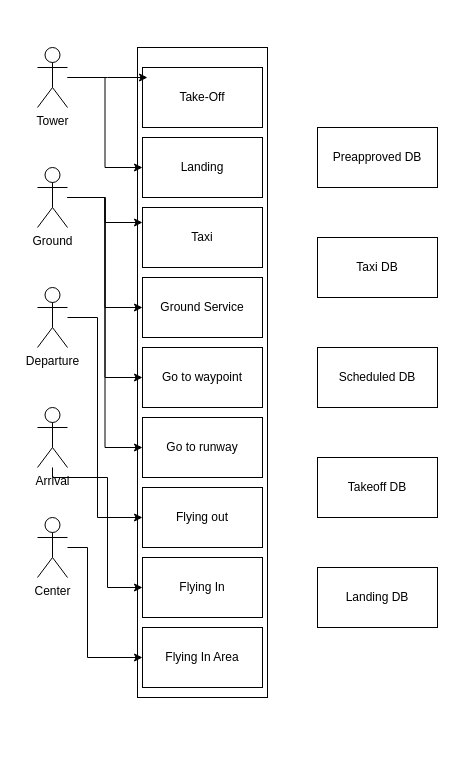
This is SE300UseCaseDiagram.drawio from apant265/RobloxAirportSim, a draw.io file, before an edit. Source tidied: cells renumbered, new cells numbered last; positions are measured from the earlier drawing's top-left corner, leaving out a move shared by most shapes. Both pictures are drawn from the tidied source at 100%, with x=0, y=0 at pixel (37, 47).
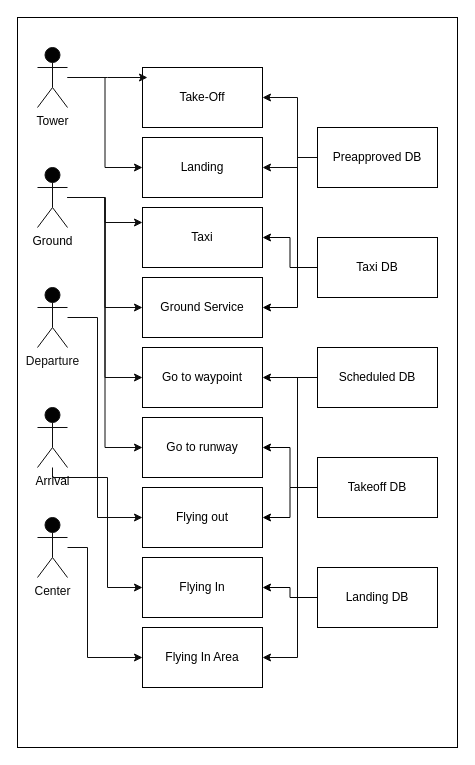
After the change.

Unchanged cells that the change refers to:
```xml
<mxCell id="3" value="Take-Off" style="rounded=0;whiteSpace=wrap;html=1;" parent="1" vertex="1">
  <mxGeometry x="105" y="20" width="120" height="60" as="geometry" />
</mxCell>
<mxCell id="4" value="Landing" style="rounded=0;whiteSpace=wrap;html=1;" parent="1" vertex="1">
  <mxGeometry x="105" y="90" width="120" height="60" as="geometry" />
</mxCell>
<mxCell id="5" value="Taxi" style="rounded=0;whiteSpace=wrap;html=1;" parent="1" vertex="1">
  <mxGeometry x="105" y="160" width="120" height="60" as="geometry" />
</mxCell>
<mxCell id="6" value="Ground&amp;nbsp;&lt;span style=&quot;background-color: initial;&quot;&gt;Service&lt;/span&gt;" style="rounded=0;whiteSpace=wrap;html=1;" parent="1" vertex="1">
  <mxGeometry x="105" y="230" width="120" height="60" as="geometry" />
</mxCell>
<mxCell id="7" value="Go to waypoint" style="rounded=0;whiteSpace=wrap;html=1;" parent="1" vertex="1">
  <mxGeometry x="105" y="300" width="120" height="60" as="geometry" />
</mxCell>
<mxCell id="8" value="Go to runway" style="rounded=0;whiteSpace=wrap;html=1;" parent="1" vertex="1">
  <mxGeometry x="105" y="370" width="120" height="60" as="geometry" />
</mxCell>
<mxCell id="9" value="Flying&lt;span style=&quot;background-color: initial;&quot;&gt;&amp;nbsp;out&lt;/span&gt;" style="rounded=0;whiteSpace=wrap;html=1;" parent="1" vertex="1">
  <mxGeometry x="105" y="440" width="120" height="60" as="geometry" />
</mxCell>
<mxCell id="10" value="Flying In" style="rounded=0;whiteSpace=wrap;html=1;" parent="1" vertex="1">
  <mxGeometry x="105" y="510" width="120" height="60" as="geometry" />
</mxCell>
<mxCell id="11" value="Flying In Area" style="rounded=0;whiteSpace=wrap;html=1;" parent="1" vertex="1">
  <mxGeometry x="105" y="580" width="120" height="60" as="geometry" />
</mxCell>
<mxCell id="25" value="Preapproved DB" style="rounded=0;whiteSpace=wrap;html=1;" parent="1" vertex="1">
  <mxGeometry x="280" y="80" width="120" height="60" as="geometry" />
</mxCell>
<mxCell id="26" value="Taxi DB" style="rounded=0;whiteSpace=wrap;html=1;" parent="1" vertex="1">
  <mxGeometry x="280" y="190" width="120" height="60" as="geometry" />
</mxCell>
<mxCell id="27" value="Scheduled DB" style="rounded=0;whiteSpace=wrap;html=1;" parent="1" vertex="1">
  <mxGeometry x="280" y="300" width="120" height="60" as="geometry" />
</mxCell>
<mxCell id="28" value="Takeoff DB" style="rounded=0;whiteSpace=wrap;html=1;" parent="1" vertex="1">
  <mxGeometry x="280" y="410" width="120" height="60" as="geometry" />
</mxCell>
<mxCell id="29" value="Landing DB" style="rounded=0;whiteSpace=wrap;html=1;" parent="1" vertex="1">
  <mxGeometry x="280" y="520" width="120" height="60" as="geometry" />
</mxCell>
```

The edit, as a diff of the source:
```diff
@@
-    <mxCell id="2" style="whiteSpace=wrap;html=1;" parent="1" vertex="1">
-      <mxGeometry x="100" width="130" height="650" as="geometry" />
-    </mxCell>
+    <mxCell id="31" style="whiteSpace=wrap;html=1;fillColor=#FFFFFF;" parent="1" vertex="1">
+      <mxGeometry x="-20" y="-30" width="440" height="730" as="geometry" />
+    </mxCell>
@@
-    <mxCell id="12" style="edgeStyle=orthogonalEdgeStyle;rounded=0;jettySize=auto;html=1;" parent="1" edge="1" source="13">
+    <mxCell id="12" style="edgeStyle=orthogonalEdgeStyle;rounded=0;jettySize=auto;html=1;strokeColor=#0D0D0D;fillColor=#030303;" parent="1" edge="1" source="13">
       <mxGeometry relative="1" as="geometry">
         <mxPoint x="110" y="30" as="targetPoint" />
       </mxGeometry>
     </mxCell>
-    <mxCell id="13" value="Tower&lt;div&gt;&lt;br&gt;&lt;/div&gt;" style="shape=umlActor;verticalLabelPosition=bottom;verticalAlign=top;html=1;outlineConnect=0;" parent="1" vertex="1">
+    <mxCell id="13" value="&lt;font color=&quot;#030303&quot;&gt;Tower&lt;/font&gt;&lt;div&gt;&lt;br&gt;&lt;/div&gt;" style="shape=umlActor;verticalLabelPosition=bottom;verticalAlign=top;html=1;outlineConnect=0;fillColor=#030303;strokeColor=#0D0D0D;" parent="1" vertex="1">
       <mxGeometry width="30" height="60" as="geometry" />
     </mxCell>
-    <mxCell id="14" style="edgeStyle=orthogonalEdgeStyle;rounded=0;jettySize=auto;html=1;entryX=0;entryY=0.25;entryDx=0;entryDy=0;" parent="1" edge="1" source="18" target="5">
+    <mxCell id="14" style="edgeStyle=orthogonalEdgeStyle;rounded=0;jettySize=auto;html=1;entryX=0;entryY=0.25;entryDx=0;entryDy=0;strokeColor=#0D0D0D;fillColor=#030303;" parent="1" edge="1" source="18" target="5">
       <mxGeometry relative="1" as="geometry" />
     </mxCell>
-    <mxCell id="15" style="edgeStyle=orthogonalEdgeStyle;rounded=0;jettySize=auto;html=1;entryX=0;entryY=0.5;entryDx=0;entryDy=0;" parent="1" edge="1" source="18" target="6">
+    <mxCell id="15" style="edgeStyle=orthogonalEdgeStyle;rounded=0;jettySize=auto;html=1;entryX=0;entryY=0.5;entryDx=0;entryDy=0;strokeColor=#0D0D0D;fillColor=#030303;" parent="1" edge="1" source="18" target="6">
       <mxGeometry relative="1" as="geometry" />
     </mxCell>
-    <mxCell id="16" style="edgeStyle=orthogonalEdgeStyle;rounded=0;jettySize=auto;html=1;entryX=0;entryY=0.5;entryDx=0;entryDy=0;" parent="1" edge="1" source="18" target="7">
+    <mxCell id="16" style="edgeStyle=orthogonalEdgeStyle;rounded=0;jettySize=auto;html=1;entryX=0;entryY=0.5;entryDx=0;entryDy=0;strokeColor=#0D0D0D;fillColor=#030303;" parent="1" edge="1" source="18" target="7">
       <mxGeometry relative="1" as="geometry" />
     </mxCell>
-    <mxCell id="17" style="edgeStyle=orthogonalEdgeStyle;rounded=0;jettySize=auto;html=1;entryX=0;entryY=0.5;entryDx=0;entryDy=0;" parent="1" edge="1" source="18" target="8">
+    <mxCell id="17" style="edgeStyle=orthogonalEdgeStyle;rounded=0;jettySize=auto;html=1;entryX=0;entryY=0.5;entryDx=0;entryDy=0;strokeColor=#0D0D0D;fillColor=#030303;" parent="1" edge="1" source="18" target="8">
       <mxGeometry relative="1" as="geometry" />
     </mxCell>
-    <mxCell id="18" value="Ground&lt;div&gt;&lt;br&gt;&lt;/div&gt;" style="shape=umlActor;verticalLabelPosition=bottom;verticalAlign=top;html=1;outlineConnect=0;" parent="1" vertex="1">
+    <mxCell id="18" value="&lt;font color=&quot;#000000&quot;&gt;Ground&lt;/font&gt;&lt;div&gt;&lt;br&gt;&lt;/div&gt;" style="shape=umlActor;verticalLabelPosition=bottom;verticalAlign=top;html=1;outlineConnect=0;fillColor=#030303;strokeColor=#0D0D0D;" parent="1" vertex="1">
       <mxGeometry y="120" width="30" height="60" as="geometry" />
     </mxCell>
-    <mxCell id="19" style="edgeStyle=orthogonalEdgeStyle;rounded=0;jettySize=auto;html=1;entryX=0;entryY=0.5;entryDx=0;entryDy=0;" parent="1" edge="1" source="20" target="11">
+    <mxCell id="19" style="edgeStyle=orthogonalEdgeStyle;rounded=0;jettySize=auto;html=1;entryX=0;entryY=0.5;entryDx=0;entryDy=0;strokeColor=#0D0D0D;fillColor=#030303;" parent="1" edge="1" source="20" target="11">
       <mxGeometry relative="1" as="geometry">
         <Array as="points">
           <mxPoint x="50" y="500" />
           <mxPoint x="50" y="610" />
         </Array>
       </mxGeometry>
     </mxCell>
-    <mxCell id="20" value="Center&lt;div&gt;&lt;br&gt;&lt;/div&gt;" style="shape=umlActor;verticalLabelPosition=bottom;verticalAlign=top;html=1;outlineConnect=0;" parent="1" vertex="1">
+    <mxCell id="20" value="&lt;font color=&quot;#080808&quot;&gt;Center&lt;/font&gt;&lt;div&gt;&lt;br&gt;&lt;/div&gt;" style="shape=umlActor;verticalLabelPosition=bottom;verticalAlign=top;html=1;outlineConnect=0;fillColor=#030303;strokeColor=#0D0D0D;" parent="1" vertex="1">
       <mxGeometry y="470" width="30" height="60" as="geometry" />
     </mxCell>
-    <mxCell id="21" style="edgeStyle=orthogonalEdgeStyle;rounded=0;jettySize=auto;html=1;entryX=0;entryY=0.5;entryDx=0;entryDy=0;" parent="1" edge="1" source="22" target="9">
+    <mxCell id="21" style="edgeStyle=orthogonalEdgeStyle;rounded=0;jettySize=auto;html=1;entryX=0;entryY=0.5;entryDx=0;entryDy=0;strokeColor=#0D0D0D;fillColor=#030303;" parent="1" edge="1" source="22" target="9">
       <mxGeometry relative="1" as="geometry">
         <Array as="points">
           <mxPoint x="60" y="270" />
           <mxPoint x="60" y="470" />
         </Array>
       </mxGeometry>
     </mxCell>
-    <mxCell id="22" value="Departure&lt;div&gt;&lt;br&gt;&lt;/div&gt;" style="shape=umlActor;verticalLabelPosition=bottom;verticalAlign=top;html=1;outlineConnect=0;" parent="1" vertex="1">
+    <mxCell id="22" value="&lt;font color=&quot;#0f0f0f&quot;&gt;Departure&lt;/font&gt;&lt;div&gt;&lt;br&gt;&lt;/div&gt;" style="shape=umlActor;verticalLabelPosition=bottom;verticalAlign=top;html=1;outlineConnect=0;fillColor=#030303;strokeColor=#0D0D0D;" parent="1" vertex="1">
       <mxGeometry y="240" width="30" height="60" as="geometry" />
     </mxCell>
-    <mxCell id="23" style="edgeStyle=orthogonalEdgeStyle;rounded=0;jettySize=auto;html=1;entryX=0;entryY=0.5;entryDx=0;entryDy=0;" parent="1" edge="1" source="24" target="10">
+    <mxCell id="23" style="edgeStyle=orthogonalEdgeStyle;rounded=0;jettySize=auto;html=1;entryX=0;entryY=0.5;entryDx=0;entryDy=0;strokeColor=#0D0D0D;fillColor=#030303;" parent="1" edge="1" source="24" target="10">
       <mxGeometry relative="1" as="geometry">
         <Array as="points">
           <mxPoint x="15" y="430" />
           <mxPoint x="70" y="430" />
           <mxPoint x="70" y="540" />
         </Array>
       </mxGeometry>
     </mxCell>
-    <mxCell id="24" value="Arrival&lt;div&gt;&lt;br&gt;&lt;/div&gt;" style="shape=umlActor;verticalLabelPosition=bottom;verticalAlign=top;html=1;outlineConnect=0;" parent="1" vertex="1">
+    <mxCell id="24" value="&lt;font color=&quot;#000000&quot;&gt;Arrival&lt;/font&gt;&lt;div&gt;&lt;br&gt;&lt;/div&gt;" style="shape=umlActor;verticalLabelPosition=bottom;verticalAlign=top;html=1;outlineConnect=0;fillColor=#030303;strokeColor=#0D0D0D;" parent="1" vertex="1">
       <mxGeometry y="360" width="30" height="60" as="geometry" />
     </mxCell>
+    <mxCell id="32" style="edgeStyle=orthogonalEdgeStyle;rounded=0;jettySize=auto;html=1;entryX=1;entryY=0.5;entryDx=0;entryDy=0;strokeColor=#000000;" parent="1" edge="1" source="25" target="6">
+      <mxGeometry relative="1" as="geometry">
+        <Array as="points">
+          <mxPoint x="260" y="110" />
+          <mxPoint x="260" y="260" />
+        </Array>
+      </mxGeometry>
+    </mxCell>
+    <mxCell id="33" style="edgeStyle=orthogonalEdgeStyle;rounded=0;jettySize=auto;html=1;entryX=1;entryY=0.5;entryDx=0;entryDy=0;strokeColor=#0D0D0D;" parent="1" edge="1" source="25" target="3">
+      <mxGeometry relative="1" as="geometry">
+        <Array as="points">
+          <mxPoint x="260" y="110" />
+          <mxPoint x="260" y="50" />
+        </Array>
+      </mxGeometry>
+    </mxCell>
+    <mxCell id="34" style="edgeStyle=orthogonalEdgeStyle;rounded=0;jettySize=auto;html=1;entryX=1;entryY=0.5;entryDx=0;entryDy=0;strokeColor=#0D0D0D;" parent="1" edge="1" source="25" target="4">
+      <mxGeometry relative="1" as="geometry">
+        <Array as="points">
+          <mxPoint x="260" y="110" />
+          <mxPoint x="260" y="120" />
+        </Array>
+      </mxGeometry>
+    </mxCell>
@@
+    <mxCell id="35" style="edgeStyle=orthogonalEdgeStyle;rounded=0;jettySize=auto;html=1;entryX=1;entryY=0.5;entryDx=0;entryDy=0;strokeColor=#030303;" parent="1" edge="1" source="26" target="5">
+      <mxGeometry relative="1" as="geometry" />
+    </mxCell>
@@
+    <mxCell id="36" style="edgeStyle=orthogonalEdgeStyle;rounded=0;jettySize=auto;html=1;entryX=1;entryY=0.5;entryDx=0;entryDy=0;strokeColor=#0A0A0A;" parent="1" edge="1" source="27" target="11">
+      <mxGeometry relative="1" as="geometry">
+        <Array as="points">
+          <mxPoint x="260" y="330" />
+          <mxPoint x="260" y="610" />
+        </Array>
+      </mxGeometry>
+    </mxCell>
@@
+    <mxCell id="37" style="edgeStyle=orthogonalEdgeStyle;rounded=0;jettySize=auto;html=1;entryX=1;entryY=0.5;entryDx=0;entryDy=0;strokeColor=#000000;" parent="1" edge="1" source="28" target="8">
+      <mxGeometry relative="1" as="geometry" />
+    </mxCell>
+    <mxCell id="38" style="edgeStyle=orthogonalEdgeStyle;rounded=0;jettySize=auto;html=1;entryX=1;entryY=0.5;entryDx=0;entryDy=0;strokeColor=#000000;" parent="1" edge="1" source="28" target="9">
+      <mxGeometry relative="1" as="geometry" />
+    </mxCell>
@@
+    <mxCell id="39" style="edgeStyle=orthogonalEdgeStyle;rounded=0;jettySize=auto;html=1;entryX=1;entryY=0.5;entryDx=0;entryDy=0;strokeColor=#000000;" parent="1" edge="1" source="29" target="10">
+      <mxGeometry relative="1" as="geometry" />
+    </mxCell>
@@
-    <mxCell id="30" style="edgeStyle=orthogonalEdgeStyle;rounded=0;jettySize=auto;html=1;entryX=0;entryY=0.5;entryDx=0;entryDy=0;" parent="1" edge="1" source="13" target="4">
+    <mxCell id="30" style="edgeStyle=orthogonalEdgeStyle;rounded=0;jettySize=auto;html=1;entryX=0;entryY=0.5;entryDx=0;entryDy=0;strokeColor=#0D0D0D;fillColor=#030303;" parent="1" edge="1" source="13" target="4">
       <mxGeometry relative="1" as="geometry" />
     </mxCell>
+    <mxCell id="40" style="endArrow=classic;html=1;rounded=0;entryX=1;entryY=0.5;entryDx=0;entryDy=0;exitX=0;exitY=0.5;exitDx=0;exitDy=0;strokeColor=#050505;" parent="1" edge="1" source="27" target="7">
+      <mxGeometry relative="1" as="geometry" />
+    </mxCell>
```
